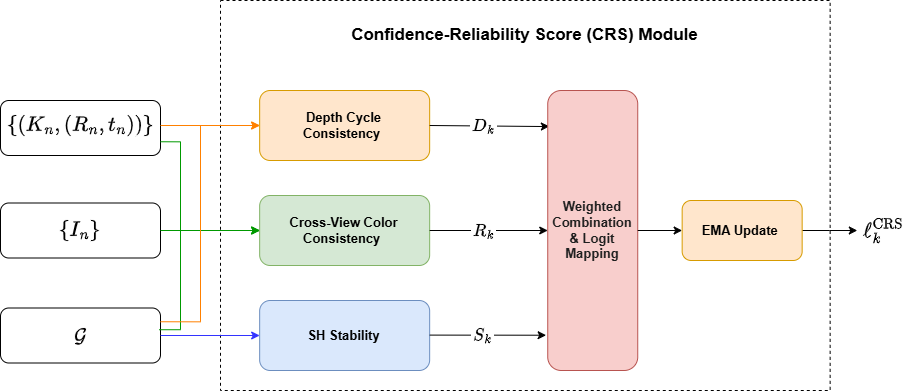
Above: assets/crs_module.png in myduynn04/ReDI-GS (draw.io), before the change. Source tidied: cells renumbered, new cells last; positions are measured from the earlier drawing's top-left corner, leaving out a move shared by most shapes. The source it was exported from:
```xml
<mxGraphModel math="1">
  <root>
    <mxCell id="0" />
    <mxCell id="1" parent="0" />
    <mxCell id="2" style="rounded=1;whiteSpace=wrap;html=1;" parent="1" vertex="1">
      <mxGeometry y="307.5" width="160" height="55" as="geometry" />
    </mxCell>
    <mxCell id="3" style="edgeStyle=orthogonalEdgeStyle;rounded=0;jettySize=auto;html=1;" parent="1" edge="1" source="4" target="12">
      <mxGeometry relative="1" as="geometry" />
    </mxCell>
    <mxCell id="4" style="rounded=1;whiteSpace=wrap;html=1;" parent="1" vertex="1">
      <mxGeometry y="202.5" width="160" height="55" as="geometry" />
    </mxCell>
    <mxCell id="5" style="rounded=1;whiteSpace=wrap;html=1;" parent="1" vertex="1">
      <mxGeometry y="100" width="160" height="55" as="geometry" />
    </mxCell>
    <mxCell id="6" style="rounded=1;whiteSpace=wrap;html=1;" parent="1" vertex="1">
      <mxGeometry x="350" y="170" width="120" height="60" as="geometry" />
    </mxCell>
    <mxCell id="7" style="rounded=0;whiteSpace=wrap;html=1;dashed=1;" parent="1" vertex="1">
      <mxGeometry x="220" width="609.6" height="390" as="geometry" />
    </mxCell>
    <mxCell id="8" value="&lt;b&gt;&lt;font style=&quot;font-size: 17px;&quot;&gt;Confidence-Reliability Score (CRS) Module&lt;/font&gt;&lt;/b&gt;" style="text;html=1;whiteSpace=wrap;strokeColor=none;fillColor=none;align=center;verticalAlign=middle;rounded=0;" parent="1" vertex="1">
      <mxGeometry x="302.3" y="20" width="445" height="30" as="geometry" />
    </mxCell>
    <mxCell id="9" style="rounded=1;whiteSpace=wrap;html=1;fillColor=#ffe6cc;strokeColor=#d79b00;" parent="1" vertex="1">
      <mxGeometry x="259.2" y="90" width="170" height="70" as="geometry" />
    </mxCell>
    <mxCell id="10" value="&lt;b&gt;&lt;font style=&quot;font-size: 13px;&quot;&gt;Depth Cycle Consistency&amp;nbsp;&lt;/font&gt;&lt;/b&gt;" style="text;html=1;whiteSpace=wrap;strokeColor=none;fillColor=none;align=center;verticalAlign=middle;rounded=0;" parent="1" vertex="1">
      <mxGeometry x="273.5" y="110" width="141.4" height="30" as="geometry" />
    </mxCell>
    <mxCell id="11" style="rounded=1;whiteSpace=wrap;html=1;fillColor=#d5e8d4;strokeColor=#82b366;" parent="1" vertex="1">
      <mxGeometry x="259.2" y="195" width="170" height="70" as="geometry" />
    </mxCell>
    <mxCell id="12" value="&lt;b&gt;&lt;font style=&quot;font-size: 13px;&quot;&gt;Cross-View Color Consistency&amp;nbsp;&lt;/font&gt;&lt;/b&gt;" style="text;html=1;whiteSpace=wrap;strokeColor=none;fillColor=none;align=center;verticalAlign=middle;rounded=0;" parent="1" vertex="1">
      <mxGeometry x="273.4" y="215" width="141.4" height="30" as="geometry" />
    </mxCell>
    <mxCell id="13" style="rounded=1;whiteSpace=wrap;html=1;fillColor=#dae8fc;strokeColor=#6c8ebf;" parent="1" vertex="1">
      <mxGeometry x="259.2" y="300" width="170" height="70" as="geometry" />
    </mxCell>
    <mxCell id="14" value="&lt;b&gt;&lt;font style=&quot;font-size: 13px;&quot;&gt;SH Stability&lt;/font&gt;&lt;/b&gt;" style="text;html=1;whiteSpace=wrap;strokeColor=none;fillColor=none;align=center;verticalAlign=middle;rounded=0;" parent="1" vertex="1">
      <mxGeometry x="273.4" y="320" width="141.4" height="30" as="geometry" />
    </mxCell>
    <mxCell id="15" style="endArrow=classic;html=1;rounded=0;exitX=1;exitY=0.5;exitDx=0;exitDy=0;entryX=0.018;entryY=0.128;entryDx=0;entryDy=0;entryPerimeter=0;" parent="1" edge="1" source="9" target="21">
      <mxGeometry relative="1" as="geometry">
        <Array as="points">
          <mxPoint x="541.7" y="126" />
        </Array>
      </mxGeometry>
    </mxCell>
    <mxCell id="16" value="&lt;font style=&quot;font-size: 15px;&quot;&gt;$$D_k$$&lt;/font&gt;" style="edgeLabel;html=1;align=center;verticalAlign=middle;" parent="15" vertex="1">
      <mxGeometry x="-0.1" relative="1" as="geometry" />
    </mxCell>
    <mxCell id="17" style="endArrow=classic;html=1;rounded=0;exitX=1;exitY=0.5;exitDx=0;exitDy=0;entryX=0;entryY=0.5;entryDx=0;entryDy=0;entryPerimeter=0;" parent="1" edge="1" source="11" target="21">
      <mxGeometry relative="1" as="geometry" />
    </mxCell>
    <mxCell id="18" value="&lt;font style=&quot;font-size: 15px;&quot;&gt;$$R_k$$&lt;/font&gt;" style="edgeLabel;html=1;align=center;verticalAlign=middle;" parent="17" vertex="1">
      <mxGeometry x="-0.1" relative="1" as="geometry" />
    </mxCell>
    <mxCell id="19" style="endArrow=classic;html=1;rounded=0;exitX=1;exitY=0.5;exitDx=0;exitDy=0;entryX=-0.018;entryY=0.874;entryDx=0;entryDy=0;entryPerimeter=0;" parent="1" edge="1" target="21">
      <mxGeometry relative="1" as="geometry">
        <mxPoint x="429.2" y="334.6" as="sourcePoint" />
      </mxGeometry>
    </mxCell>
    <mxCell id="20" value="&lt;font style=&quot;font-size: 15px;&quot;&gt;$$S_k$$&lt;/font&gt;" style="edgeLabel;html=1;align=center;verticalAlign=middle;" parent="19" vertex="1">
      <mxGeometry x="-0.1" relative="1" as="geometry" />
    </mxCell>
    <mxCell id="21" style="rounded=1;whiteSpace=wrap;html=1;fillColor=#f8cecc;strokeColor=#b85450;" parent="1" vertex="1">
      <mxGeometry x="547.2" y="90" width="90" height="280" as="geometry" />
    </mxCell>
    <mxCell id="22" value="&lt;span style=&quot;color: rgb(31, 31, 31); font-variant-ligatures: none; text-align: start; white-space: pre-wrap;&quot;&gt;&lt;font face=&quot;Helvetica&quot; style=&quot;font-size: 13px;&quot;&gt;&lt;b style=&quot;&quot;&gt;Weighted Combination &amp;amp; Logit Mapping&lt;/b&gt;&lt;/font&gt;&lt;/span&gt;" style="text;html=1;whiteSpace=wrap;strokeColor=none;fillColor=none;align=center;verticalAlign=middle;rounded=0;" parent="1" vertex="1">
      <mxGeometry x="557.2" y="215" width="70" height="30" as="geometry" />
    </mxCell>
    <mxCell id="23" style="edgeStyle=orthogonalEdgeStyle;rounded=0;jettySize=auto;html=1;" parent="1" edge="1" source="24" target="27">
      <mxGeometry relative="1" as="geometry" />
    </mxCell>
    <mxCell id="24" style="rounded=1;whiteSpace=wrap;html=1;fillColor=#ffe6cc;strokeColor=#d79b00;" parent="1" vertex="1">
      <mxGeometry x="681.7" y="200" width="120" height="60" as="geometry" />
    </mxCell>
    <mxCell id="25" value="&lt;b&gt;&lt;font style=&quot;font-size: 13px;&quot;&gt;EMA Update&amp;nbsp;&lt;/font&gt;&lt;/b&gt;" style="text;html=1;whiteSpace=wrap;strokeColor=none;fillColor=none;align=center;verticalAlign=middle;rounded=0;" parent="1" vertex="1">
      <mxGeometry x="696.3" y="217.5" width="90.7" height="25" as="geometry" />
    </mxCell>
    <mxCell id="26" style="endArrow=classic;html=1;rounded=0;exitX=1;exitY=0.5;exitDx=0;exitDy=0;entryX=0;entryY=0.5;entryDx=0;entryDy=0;" parent="1" edge="1" source="21" target="24">
      <mxGeometry relative="1" as="geometry" />
    </mxCell>
    <mxCell id="27" value="&lt;font style=&quot;font-size: 18px;&quot;&gt;$$\ell_k^{\mathrm{CRS}}$$&lt;/font&gt;" style="text;html=1;whiteSpace=wrap;strokeColor=none;fillColor=none;align=center;verticalAlign=middle;rounded=0;" parent="1" vertex="1">
      <mxGeometry x="856.8" y="218.8" width="52.7" height="22.5" as="geometry" />
    </mxCell>
    <mxCell id="28" value="&lt;div style=&quot;text-align: start;&quot;&gt;&lt;span style=&quot;background-color: transparent; white-space-collapse: preserve;&quot;&gt;&lt;font face=&quot;Times New Roman&quot; style=&quot;color: rgb(3, 1, 1); font-size: 20px;&quot;&gt;$$\mathcal{G}$$&lt;/font&gt;&lt;/span&gt;&lt;/div&gt;" style="text;html=1;whiteSpace=wrap;strokeColor=none;fillColor=none;align=center;verticalAlign=middle;rounded=0;" parent="1" vertex="1">
      <mxGeometry x="50" y="320" width="60" height="30" as="geometry" />
    </mxCell>
    <mxCell id="29" value="&lt;div style=&quot;text-align: start;&quot;&gt;&lt;b&gt;&lt;font style=&quot;font-size: 18px;&quot;&gt;$$\{(K_n,(R_n,t_n))\}$$&lt;/font&gt;&lt;/b&gt;&lt;/div&gt;" style="text;html=1;whiteSpace=wrap;strokeColor=none;fillColor=none;align=center;verticalAlign=middle;rounded=0;" parent="1" vertex="1">
      <mxGeometry x="50" y="110" width="60" height="30" as="geometry" />
    </mxCell>
    <mxCell id="30" style="endArrow=classic;html=1;rounded=0;entryX=0;entryY=0.5;entryDx=0;entryDy=0;strokeColor=#FF8000;" parent="1" edge="1" target="9">
      <mxGeometry relative="1" as="geometry">
        <mxPoint x="160" y="125" as="sourcePoint" />
      </mxGeometry>
    </mxCell>
    <mxCell id="31" style="endArrow=classic;html=1;rounded=0;entryX=0;entryY=0.5;entryDx=0;entryDy=0;strokeColor=#009900;" parent="1" edge="1" target="11">
      <mxGeometry relative="1" as="geometry">
        <mxPoint x="160" y="230" as="sourcePoint" />
      </mxGeometry>
    </mxCell>
    <mxCell id="32" style="endArrow=classic;html=1;rounded=0;entryX=0;entryY=0.5;entryDx=0;entryDy=0;strokeColor=#3333FF;" parent="1" edge="1" target="13">
      <mxGeometry relative="1" as="geometry">
        <mxPoint x="160" y="335" as="sourcePoint" />
      </mxGeometry>
    </mxCell>
    <mxCell id="33" style="endArrow=classic;html=1;rounded=0;exitX=0.991;exitY=0.395;exitDx=0;exitDy=0;entryX=0;entryY=0.5;entryDx=0;entryDy=0;strokeColor=#009900;edgeStyle=orthogonalEdgeStyle;exitPerimeter=0;" parent="1" edge="1" source="2" target="11">
      <mxGeometry relative="1" as="geometry">
        <Array as="points">
          <mxPoint x="180" y="329" />
          <mxPoint x="180" y="230" />
        </Array>
      </mxGeometry>
    </mxCell>
    <mxCell id="34" style="endArrow=classic;html=1;rounded=0;exitX=1;exitY=0.75;exitDx=0;exitDy=0;entryX=0;entryY=0.5;entryDx=0;entryDy=0;strokeColor=#009900;edgeStyle=orthogonalEdgeStyle;" parent="1" edge="1" source="5" target="11">
      <mxGeometry relative="1" as="geometry">
        <Array as="points">
          <mxPoint x="180" y="141" />
          <mxPoint x="180" y="230" />
        </Array>
      </mxGeometry>
    </mxCell>
    <mxCell id="35" style="endArrow=classic;html=1;rounded=0;exitX=1;exitY=0.25;exitDx=0;exitDy=0;entryX=0;entryY=0.5;entryDx=0;entryDy=0;strokeColor=#FF8000;edgeStyle=orthogonalEdgeStyle;" parent="1" edge="1" source="2" target="9">
      <mxGeometry relative="1" as="geometry">
        <Array as="points">
          <mxPoint x="200" y="321" />
          <mxPoint x="200" y="125" />
        </Array>
      </mxGeometry>
    </mxCell>
    <mxCell id="36" value="&lt;div style=&quot;text-align: start;&quot;&gt;&lt;b&gt;&lt;font style=&quot;font-size: 18px;&quot;&gt;$$\{I_n\}$$&lt;/font&gt;&lt;/b&gt;&lt;/div&gt;" style="text;html=1;whiteSpace=wrap;strokeColor=none;fillColor=none;align=center;verticalAlign=middle;rounded=0;" parent="1" vertex="1">
      <mxGeometry x="50" y="215" width="60" height="30" as="geometry" />
    </mxCell>
  </root>
</mxGraphModel>
```
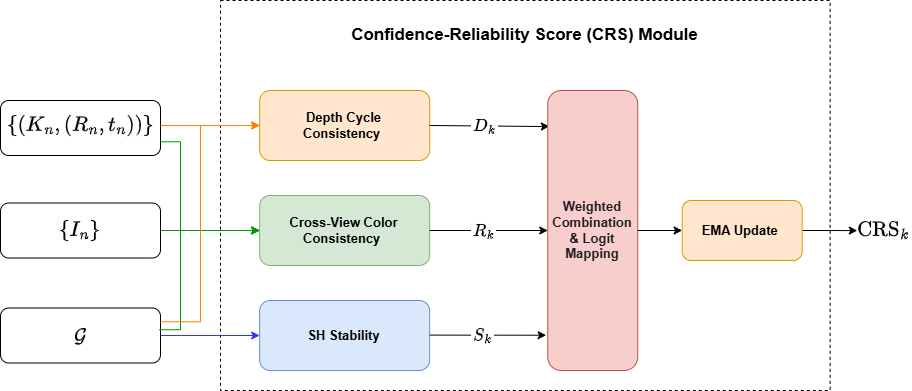
The same diagram one commit later.

Change to the diagram source:
```diff
@@ -83,7 +83,7 @@
     <mxCell id="26" style="endArrow=classic;html=1;rounded=0;exitX=1;exitY=0.5;exitDx=0;exitDy=0;entryX=0;entryY=0.5;entryDx=0;entryDy=0;" parent="1" edge="1" source="21" target="24">
       <mxGeometry relative="1" as="geometry" />
     </mxCell>
-    <mxCell id="27" value="&lt;font style=&quot;font-size: 18px;&quot;&gt;$$\ell_k^{\mathrm{CRS}}$$&lt;/font&gt;" style="text;html=1;whiteSpace=wrap;strokeColor=none;fillColor=none;align=center;verticalAlign=middle;rounded=0;" parent="1" vertex="1">
+    <mxCell id="27" value="&lt;font style=&quot;font-size: 18px;&quot;&gt;$$\mathrm{CRS}_k$$&lt;/font&gt;" style="text;html=1;whiteSpace=wrap;strokeColor=none;fillColor=none;align=center;verticalAlign=middle;rounded=0;" parent="1" vertex="1">
       <mxGeometry x="856.8" y="218.8" width="52.7" height="22.5" as="geometry" />
     </mxCell>
     <mxCell id="28" value="&lt;div style=&quot;text-align: start;&quot;&gt;&lt;span style=&quot;background-color: transparent; white-space-collapse: preserve;&quot;&gt;&lt;font face=&quot;Times New Roman&quot; style=&quot;color: rgb(3, 1, 1); font-size: 20px;&quot;&gt;$$\mathcal{G}$$&lt;/font&gt;&lt;/span&gt;&lt;/div&gt;" style="text;html=1;whiteSpace=wrap;strokeColor=none;fillColor=none;align=center;verticalAlign=middle;rounded=0;" parent="1" vertex="1">
```
